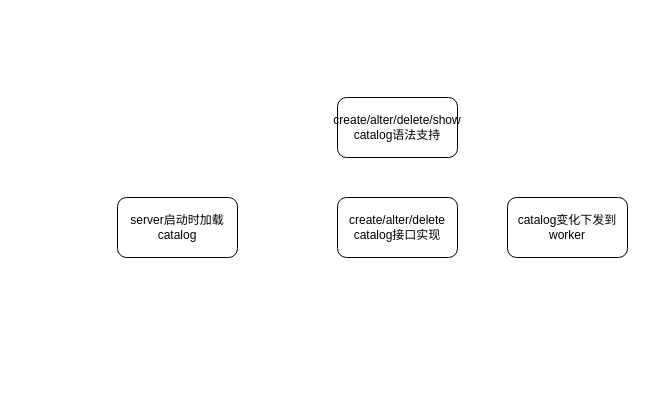
Earlier version of the draw.io diagram Untitled Diagram.drawio (willhan123/Docs). Source tidied: cells renumbered, new cells numbered last; positions are measured from the earlier drawing's top-left corner, leaving out a move shared by most shapes. Both pictures are drawn from the tidied source at 100%, with x=0, y=0 at pixel (117, 97).
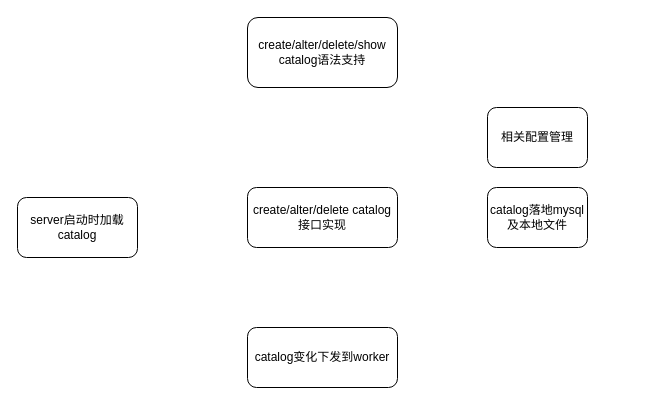
Above is the later version.

Change to the diagram source:
```diff
@@
 <mxGraphModel>
   <root>
     <mxCell id="0" />
     <mxCell id="1" parent="0" />
     <mxCell id="2" value="create/alter/delete/show catalog语法支持" style="rounded=1;whiteSpace=wrap;html=1;" parent="1" vertex="1">
-      <mxGeometry x="220" width="120" height="60" as="geometry" />
+      <mxGeometry x="130" y="-80" width="150" height="70" as="geometry" />
     </mxCell>
     <mxCell id="3" value="create/alter/delete catalog接口实现" style="rounded=1;whiteSpace=wrap;html=1;" parent="1" vertex="1">
-      <mxGeometry x="220" y="100" width="120" height="60" as="geometry" />
+      <mxGeometry x="130" y="90" width="150" height="60" as="geometry" />
     </mxCell>
     <mxCell id="4" value="catalog变化下发到worker" style="rounded=1;whiteSpace=wrap;html=1;" parent="1" vertex="1">
-      <mxGeometry x="390" y="100" width="120" height="60" as="geometry" />
+      <mxGeometry x="130" y="230" width="150" height="60" as="geometry" />
     </mxCell>
     <mxCell id="5" value="server启动时加载catalog" style="rounded=1;whiteSpace=wrap;html=1;" parent="1" vertex="1">
-      <mxGeometry y="100" width="120" height="60" as="geometry" />
+      <mxGeometry x="-100" y="100" width="120" height="60" as="geometry" />
     </mxCell>
+    <mxCell id="6" value="catalog落地mysql及本地文件" style="rounded=1;whiteSpace=wrap;html=1;" parent="1" vertex="1">
+      <mxGeometry x="370" y="90" width="100" height="60" as="geometry" />
+    </mxCell>
+    <mxCell id="7" value="相关配置管理" style="rounded=1;whiteSpace=wrap;html=1;" parent="1" vertex="1">
+      <mxGeometry x="370" y="10" width="100" height="60" as="geometry" />
+    </mxCell>
   </root>
 </mxGraphModel>
```
